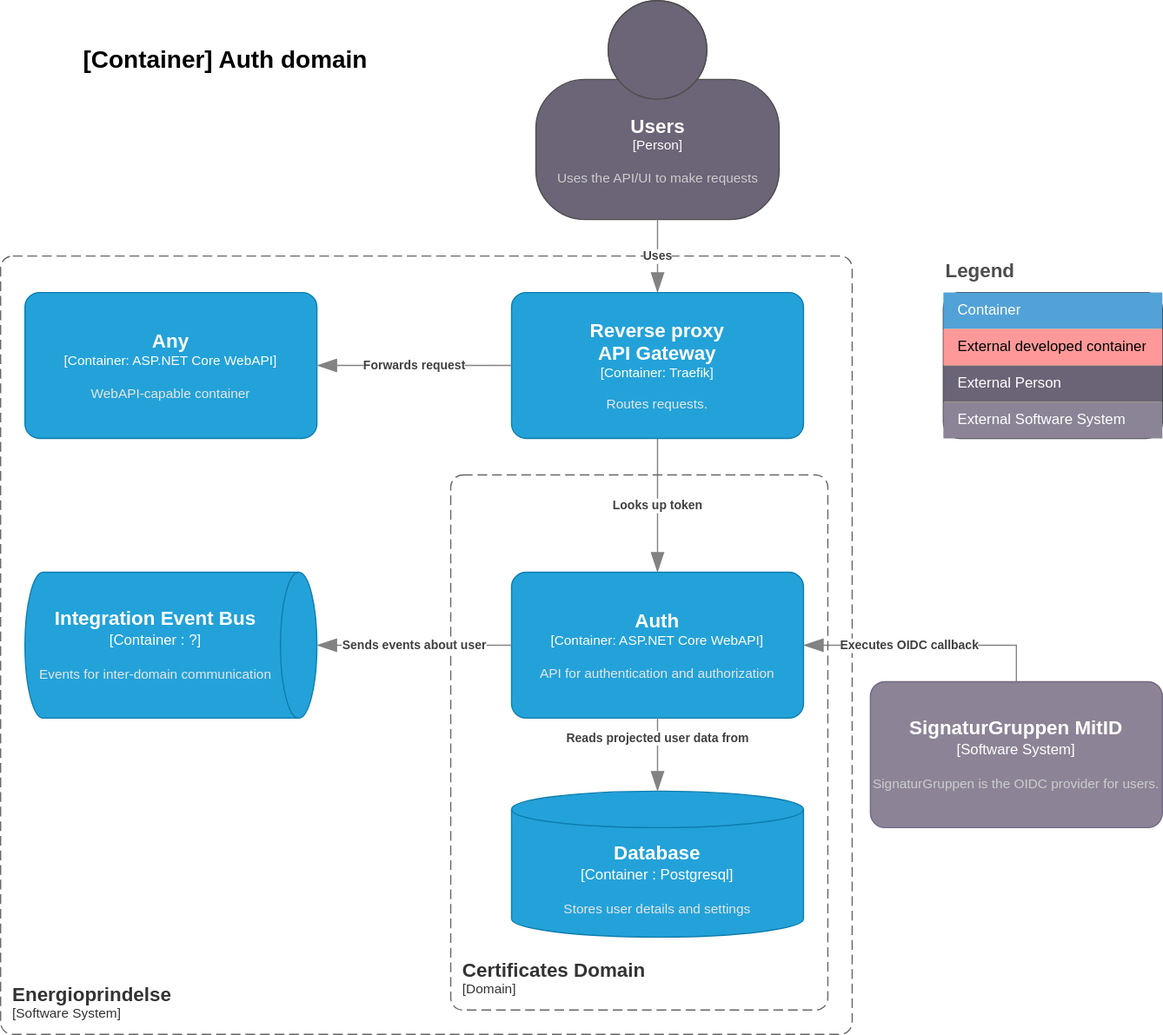
Earlier version of the draw.io export doc/architecture/diagrams/auth.container.drawio.svg (Energinet-DataHub/energy-origin). Source tidied: cells renumbered, new cells last; positions are measured from the earlier drawing's top-left corner, leaving out a move shared by most shapes.
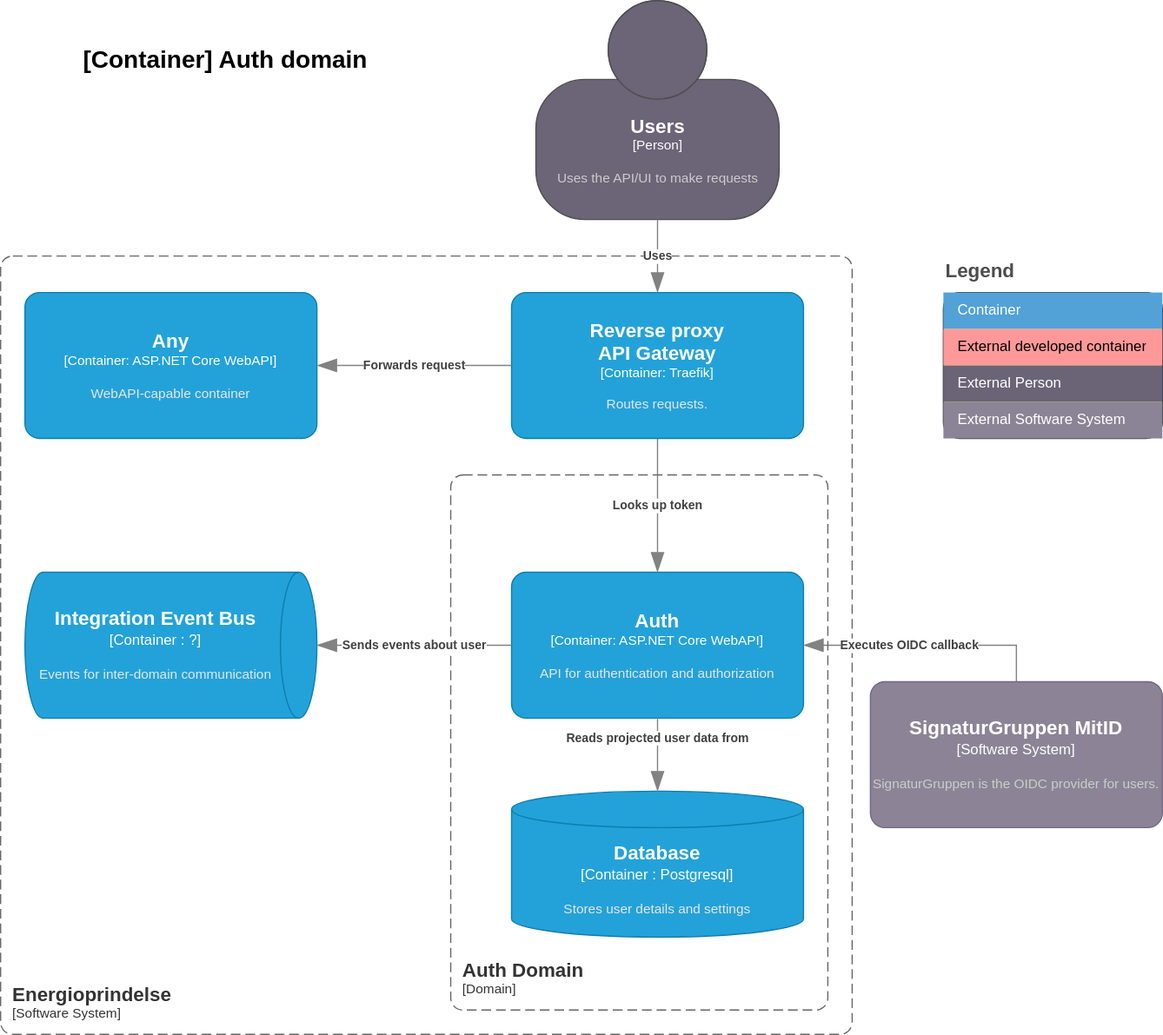
After the change.

Commit message:
Fix mis-named area

Change to the diagram source:
```diff
@@ -65,7 +65,7 @@
     <mxCell id="16" value="External Software System" style="shape=partialRectangle;html=1;whiteSpace=wrap;fillColor=#8B8496;top=0;left=0;bottom=0;right=0;overflow=hidden;align=left;spacingLeft=10;fontColor=#FFFFFF;" parent="12" vertex="1">
       <mxGeometry y="90" width="180" height="30" as="geometry" />
     </mxCell>
-    <object id="17" label="&lt;font style=&quot;font-size: 16px&quot;&gt;&lt;b&gt;&lt;div style=&quot;text-align: left&quot;&gt;%c4Name%&lt;/div&gt;&lt;/b&gt;&lt;/font&gt;&lt;div style=&quot;text-align: left&quot;&gt;[%c4Application%]&lt;/div&gt;" c4Application="Domain" c4Name="Certificates Domain" c4Type="SystemScopeBoundary" placeholders="1">
+    <object id="17" label="&lt;font style=&quot;font-size: 16px&quot;&gt;&lt;b&gt;&lt;div style=&quot;text-align: left&quot;&gt;%c4Name%&lt;/div&gt;&lt;/b&gt;&lt;/font&gt;&lt;div style=&quot;text-align: left&quot;&gt;[%c4Application%]&lt;/div&gt;" c4Application="Domain" c4Name="Auth Domain" c4Type="SystemScopeBoundary" placeholders="1">
       <mxCell style="rounded=1;fontSize=11;whiteSpace=wrap;html=1;dashed=1;arcSize=20;fillColor=none;strokeColor=#666666;fontColor=#333333;labelBackgroundColor=none;align=left;verticalAlign=bottom;labelBorderColor=none;spacingTop=0;spacing=10;dashPattern=8 4;perimeter=rectanglePerimeter;noLabel=0;labelPadding=0;absoluteArcSize=1;" parent="1" vertex="1">
         <mxGeometry x="370" y="390" width="310" height="440" as="geometry" />
       </mxCell>
```
